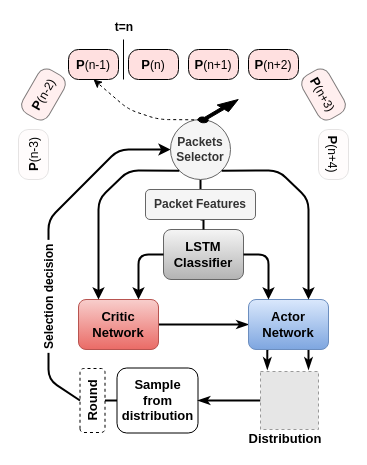
Before: paper_rl/img/rnn-sampling.drawio in binh04032003/adversarial-recurrent-ids, a draw.io diagram. Source tidied: cells renumbered, new cells numbered last; positions are measured from the earlier drawing's top-left corner, leaving out a move shared by most shapes. Both pictures are drawn from the tidied source at 100%, with x=0, y=0 at pixel (8, 17). Pictures stored in the file or linked from it are replaced by grey dashed boxes.
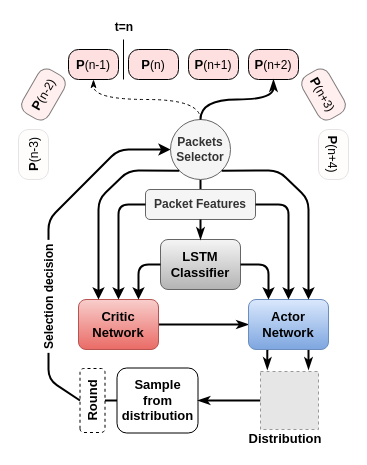
The same page after the edit.

Commit message (it also covers changes not shown here):
Changed detail in draw.io illustration

The change refers to these unchanged cells:
```xml
<mxCell id="3" value="&lt;div style=&quot;font-size: 13px&quot;&gt;&lt;b&gt;&lt;font style=&quot;font-size: 13px&quot;&gt;Critic&lt;/font&gt;&lt;/b&gt;&lt;/div&gt;&lt;div style=&quot;font-size: 13px&quot;&gt;&lt;b&gt;&lt;font style=&quot;font-size: 13px&quot;&gt;Network&lt;br&gt;&lt;/font&gt;&lt;/b&gt;&lt;/div&gt;" style="rounded=1;whiteSpace=wrap;html=1;gradientColor=#ea6b66;fillColor=#f8cecc;strokeColor=#b85450;" parent="1" vertex="1">
  <mxGeometry x="70" y="282" width="80" height="50" as="geometry" />
</mxCell>
<mxCell id="6" value="&lt;div&gt;&lt;b&gt;&lt;font style=&quot;font-size: 13px&quot;&gt;Actor&lt;/font&gt;&lt;/b&gt;&lt;/div&gt;&lt;div&gt;&lt;b&gt;&lt;font style=&quot;font-size: 13px&quot;&gt;Network&lt;/font&gt;&lt;/b&gt;&lt;/div&gt;" style="rounded=1;whiteSpace=wrap;html=1;gradientColor=#7ea6e0;fillColor=#dae8fc;strokeColor=#6c8ebf;" parent="1" vertex="1">
  <mxGeometry x="240" y="282" width="80" height="50" as="geometry" />
</mxCell>
<mxCell id="8" value="&lt;b&gt;&lt;font style=&quot;font-size: 13px&quot;&gt;P&lt;/font&gt;&lt;/b&gt;(n-1)" style="html=1;outlineConnect=0;whiteSpace=wrap;fillColor=#FFE0E0;shape=mxgraph.archimate3.application;archiType=rounded;" parent="1" vertex="1">
  <mxGeometry x="60" y="32" width="50" height="30" as="geometry" />
</mxCell>
<mxCell id="10" value="&lt;b&gt;&lt;font style=&quot;font-size: 13px&quot;&gt;P&lt;/font&gt;&lt;/b&gt;(n+2)" style="html=1;outlineConnect=0;whiteSpace=wrap;fillColor=#FFE0E0;shape=mxgraph.archimate3.application;archiType=rounded;" parent="1" vertex="1">
  <mxGeometry x="240" y="32" width="50" height="30" as="geometry" />
</mxCell>
<mxCell id="17" value="&lt;div&gt;&lt;b&gt;Packets&lt;br&gt;&lt;/b&gt;&lt;/div&gt;&lt;div&gt;&lt;b&gt;Selector&lt;/b&gt;&lt;/div&gt;" style="ellipse;whiteSpace=wrap;html=1;fillColor=#f5f5f5;strokeColor=#666666;fontColor=#333333;" parent="1" vertex="1">
  <mxGeometry x="162" y="102" width="60" height="60" as="geometry" />
</mxCell>
<mxCell id="19" value="&lt;b&gt;Packet Features&lt;/b&gt;" style="rounded=1;whiteSpace=wrap;html=1;fillColor=#f5f5f5;strokeColor=#666666;fontColor=#333333;" parent="1" vertex="1">
  <mxGeometry x="137" y="172" width="110" height="30" as="geometry" />
</mxCell>
```

What changed in the source:
```diff
@@
     <mxCell id="7" value="&lt;div style=&quot;font-size: 13px&quot;&gt;&lt;b&gt;&lt;font style=&quot;font-size: 13px&quot;&gt;LSTM&lt;/font&gt;&lt;/b&gt;&lt;/div&gt;&lt;div style=&quot;font-size: 13px&quot;&gt;&lt;b&gt;&lt;font style=&quot;font-size: 13px&quot;&gt;Classifier&lt;/font&gt;&lt;/b&gt;&lt;/div&gt;" style="rounded=1;whiteSpace=wrap;html=1;gradientColor=#b3b3b3;fillColor=#f5f5f5;strokeColor=#666666;" parent="1" vertex="1">
-      <mxGeometry x="155" y="212" width="80" height="50" as="geometry" />
+      <mxGeometry x="152" y="222" width="80" height="50" as="geometry" />
     </mxCell>
@@
-    <mxCell id="18" style="edgeStyle=orthogonalEdgeStyle;rounded=0;jettySize=auto;html=1;exitX=0.5;exitY=1;exitDx=0;exitDy=0;entryX=0.5;entryY=0;entryDx=0;entryDy=0;endArrow=none;endFill=0;strokeWidth=2;" parent="1" edge="1" source="19" target="7">
-      <mxGeometry relative="1" as="geometry" />
-    </mxCell>
@@
-    <mxCell id="22" style="verticalLabelPosition=bottom;html=1;verticalAlign=top;strokeWidth=1;align=center;outlineConnect=0;dashed=0;outlineConnect=0;shape=mxgraph.aws3d.arrowNE;fillColor=#000000;" parent="1" vertex="1">
-      <mxGeometry x="189.5" y="82" width="40.2" height="23" as="geometry" />
-    </mxCell>
@@
     <mxCell id="27" style="endArrow=classic;html=1;exitX=0;exitY=0.5;exitDx=0;exitDy=0;entryX=0.75;entryY=0;entryDx=0;entryDy=0;strokeWidth=2;" parent="1" edge="1" source="7" target="3">
       <mxGeometry relative="1" as="geometry">
         <Array as="points">
-          <mxPoint x="130" y="237" />
+          <mxPoint x="130" y="247" />
         </Array>
       </mxGeometry>
     </mxCell>
     <mxCell id="28" style="endArrow=classic;html=1;exitX=1;exitY=0.5;exitDx=0;exitDy=0;entryX=0.25;entryY=0;entryDx=0;entryDy=0;strokeWidth=2;" parent="1" edge="1" source="7" target="6">
       <mxGeometry relative="1" as="geometry">
         <Array as="points">
-          <mxPoint x="260" y="237" />
+          <mxPoint x="260" y="247" />
         </Array>
       </mxGeometry>
     </mxCell>
-    <mxCell id="29" style="endArrow=classic;html=1;entryX=0.5;entryY=1;entryDx=0;entryDy=0;entryPerimeter=0;exitX=0.055;exitY=0.885;exitDx=0;exitDy=0;exitPerimeter=0;dashed=1;" parent="1" edge="1" source="22" target="8">
-      <mxGeometry relative="1" as="geometry">
-        <Array as="points">
-          <mxPoint x="150" y="102" />
-          <mxPoint x="120" y="92" />
-        </Array>
-      </mxGeometry>
-    </mxCell>
@@
-    <mxCell id="35" style="endArrow=classic;html=1;strokeWidth=2;exitX=1;exitY=1;exitDx=0;exitDy=0;entryX=0.75;entryY=0;entryDx=0;entryDy=0;" parent="1" edge="1" source="17" target="6">
+    <mxCell id="35" style="endArrow=classic;html=1;strokeWidth=2;exitX=1;exitY=1;exitDx=0;exitDy=0;entryX=0.75;entryY=0;entryDx=0;entryDy=0;rounded=1;" parent="1" edge="1" source="17" target="6">
       <mxGeometry relative="1" as="geometry">
         <Array as="points">
           <mxPoint x="270" y="153" />
           <mxPoint x="300" y="182" />
         </Array>
       </mxGeometry>
     </mxCell>
+    <mxCell id="36" style="rounded=0;jettySize=auto;html=1;entryX=0.5;entryY=1;entryDx=0;entryDy=0;startArrow=none;startFill=0;endArrow=classicThin;endFill=1;strokeWidth=2;exitX=0.5;exitY=0;exitDx=0;exitDy=0;entryPerimeter=0;edgeStyle=orthogonalEdgeStyle;curved=1;" parent="1" edge="1" source="17" target="10">
+      <mxGeometry relative="1" as="geometry" />
+    </mxCell>
+    <mxCell id="37" style="rounded=0;jettySize=auto;html=1;entryX=0.5;entryY=1;entryDx=0;entryDy=0;startArrow=none;startFill=0;endArrow=classicThin;endFill=1;strokeWidth=1;exitX=0.5;exitY=0;exitDx=0;exitDy=0;entryPerimeter=0;edgeStyle=orthogonalEdgeStyle;curved=1;dashed=1;" parent="1" edge="1" source="17" target="8">
+      <mxGeometry relative="1" as="geometry" />
+    </mxCell>
+    <mxCell id="38" style="endArrow=classic;html=1;exitX=0;exitY=0.5;exitDx=0;exitDy=0;entryX=0.5;entryY=0;entryDx=0;entryDy=0;strokeWidth=2;" parent="1" edge="1" source="19" target="3">
+      <mxGeometry relative="1" as="geometry">
+        <Array as="points">
+          <mxPoint x="110" y="187" />
+        </Array>
+      </mxGeometry>
+    </mxCell>
+    <mxCell id="39" style="endArrow=classic;html=1;exitX=1;exitY=0.5;exitDx=0;exitDy=0;entryX=0.5;entryY=0;entryDx=0;entryDy=0;strokeWidth=2;" parent="1" edge="1" source="19" target="6">
+      <mxGeometry relative="1" as="geometry">
+        <Array as="points">
+          <mxPoint x="280" y="187" />
+        </Array>
+      </mxGeometry>
+    </mxCell>
+    <mxCell id="18" style="edgeStyle=orthogonalEdgeStyle;rounded=0;jettySize=auto;html=1;exitX=0.5;exitY=1;exitDx=0;exitDy=0;startArrow=none;startFill=0;endArrow=classicThin;endFill=1;strokeWidth=2;entryX=0.5;entryY=0;entryDx=0;entryDy=0;" parent="1" edge="1" source="19" target="7">
+      <mxGeometry relative="1" as="geometry" />
+    </mxCell>
```
